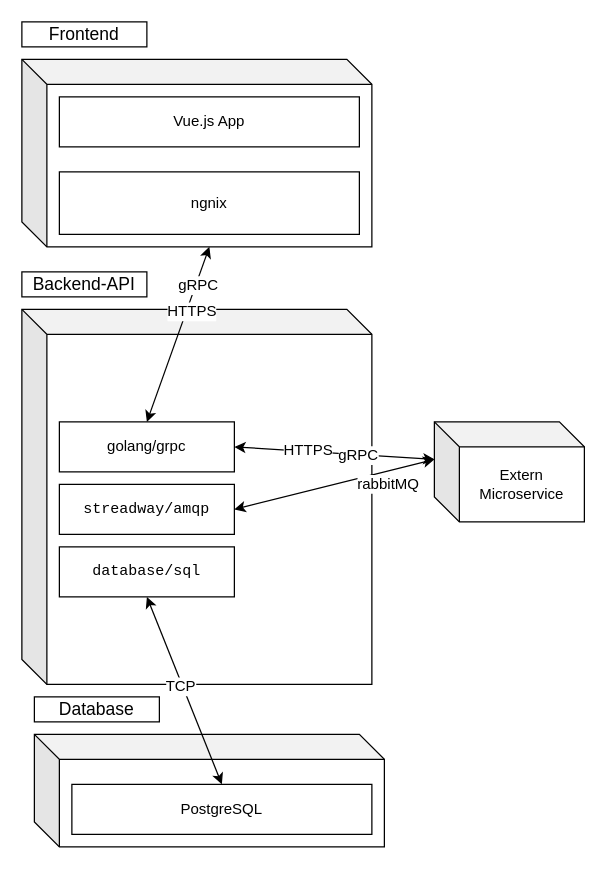
This is docs/alexander_bergmann/draw.io/SysArchDetail.drawio from SGSE-2020/Spezifikation, a draw.io file, before an edit. Source tidied: cells renumbered, new cells numbered last; positions are measured from the earlier drawing's top-left corner, leaving out a move shared by most shapes. Both pictures are drawn from the tidied source at 125%, with x=0, y=0 at pixel (21, 21).
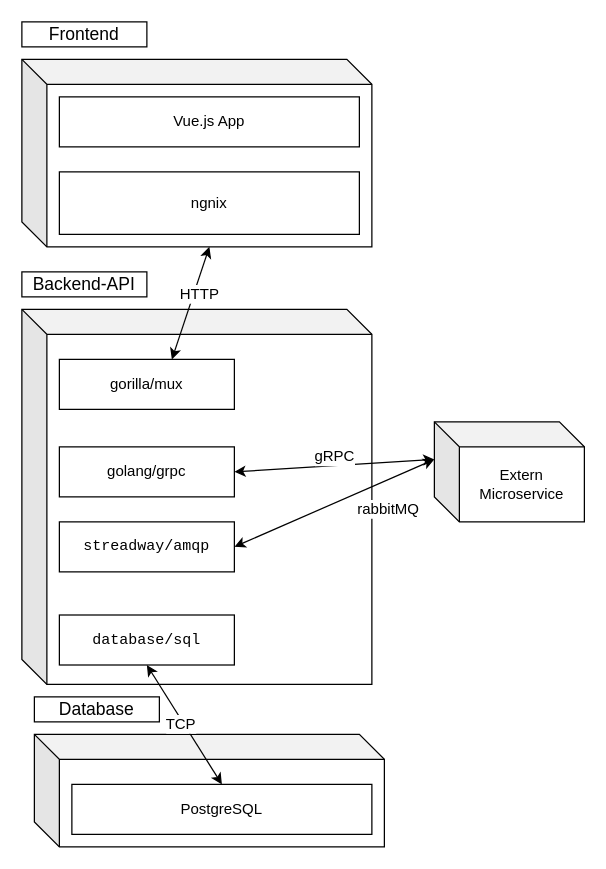
Above is the later version.

The change refers to these unchanged cells:
```xml
<mxCell id="2" style="shape=cube;whiteSpace=wrap;html=1;boundedLbl=1;backgroundOutline=1;darkOpacity=0.05;darkOpacity2=0.1;" parent="1" vertex="1">
  <mxGeometry y="30" width="280" height="150" as="geometry" />
</mxCell>
<mxCell id="15" style="endArrow=classic;html=1;fontSize=14;exitX=1;exitY=0.5;exitDx=0;exitDy=0;entryX=0;entryY=0;entryDx=0;entryDy=30;entryPerimeter=0;startArrow=classic;startFill=1;" parent="1" edge="1" source="10" target="14">
  <mxGeometry relative="1" as="geometry" />
</mxCell>
```

What changed in the source:
```diff
@@
     <mxCell id="10" value="golang/grpc" style="rounded=0;whiteSpace=wrap;html=1;" parent="1" vertex="1">
-      <mxGeometry x="30" y="320" width="140" height="40" as="geometry" />
+      <mxGeometry x="30" y="340" width="140" height="40" as="geometry" />
     </mxCell>
     <mxCell id="11" value="&lt;pre class=&quot;lang-go hljs&quot;&gt;&lt;span class=&quot;hljs-string&quot;&gt;streadway/amqp&lt;/span&gt;&lt;/pre&gt;" style="rounded=0;whiteSpace=wrap;html=1;" parent="1" vertex="1">
-      <mxGeometry x="30" y="370" width="140" height="40" as="geometry" />
+      <mxGeometry x="30" y="400" width="140" height="40" as="geometry" />
     </mxCell>
@@
     <mxCell id="16" value="gRPC" style="edgeLabel;html=1;align=center;verticalAlign=middle;fontSize=12;" parent="15" vertex="1">
-      <mxGeometry x="0.24" relative="1" as="geometry" />
+      <mxGeometry x="0.24" relative="1" as="geometry">
+        <mxPoint x="-19.8" y="-6.2" as="offset" />
+      </mxGeometry>
     </mxCell>
-    <mxCell id="17" value="HTTPS" style="edgeLabel;html=1;align=center;verticalAlign=middle;fontSize=12;" parent="15" vertex="1">
-      <mxGeometry x="-0.26" y="1" relative="1" as="geometry" />
-    </mxCell>
-    <mxCell id="18" style="endArrow=classic;html=1;fontSize=14;exitX=0;exitY=0;exitDx=150;exitDy=150;entryX=0.5;entryY=0;entryDx=0;entryDy=0;startArrow=classic;startFill=1;exitPerimeter=0;" parent="1" edge="1" source="2" target="10">
-      <mxGeometry relative="1" as="geometry" />
+    <mxCell id="18" style="endArrow=classic;html=1;fontSize=14;exitX=0;exitY=0;exitDx=150;exitDy=150;startArrow=classic;startFill=1;exitPerimeter=0;" parent="1" edge="1" source="2">
+      <mxGeometry relative="1" as="geometry">
+        <mxPoint x="120" y="270" as="targetPoint" />
+      </mxGeometry>
     </mxCell>
-    <mxCell id="19" value="HTTPS" style="edgeLabel;html=1;align=center;verticalAlign=middle;fontSize=12;" parent="18" vertex="1">
+    <mxCell id="19" value="HTTP" style="edgeLabel;html=1;align=center;verticalAlign=middle;fontSize=12;" parent="18" vertex="1">
       <mxGeometry x="-0.42" relative="1" as="geometry">
         <mxPoint y="11.4" as="offset" />
       </mxGeometry>
     </mxCell>
-    <mxCell id="20" value="gRPC" style="edgeLabel;html=1;align=center;verticalAlign=middle;fontSize=12;" parent="18" vertex="1">
-      <mxGeometry x="-0.57" y="1" relative="1" as="geometry" />
-    </mxCell>
@@
     <mxCell id="22" value="&lt;pre class=&quot;lang-go hljs&quot;&gt;&lt;span class=&quot;hljs-string&quot;&gt;database/sql&lt;/span&gt;&lt;/pre&gt;" style="rounded=0;whiteSpace=wrap;html=1;" parent="1" vertex="1">
-      <mxGeometry x="30" y="420" width="140" height="40" as="geometry" />
+      <mxGeometry x="30" y="474.5" width="140" height="40" as="geometry" />
     </mxCell>
@@
+    <mxCell id="25" value="gorilla/mux" style="rounded=0;whiteSpace=wrap;html=1;" parent="1" vertex="1">
+      <mxGeometry x="30" y="270" width="140" height="40" as="geometry" />
+    </mxCell>
```
